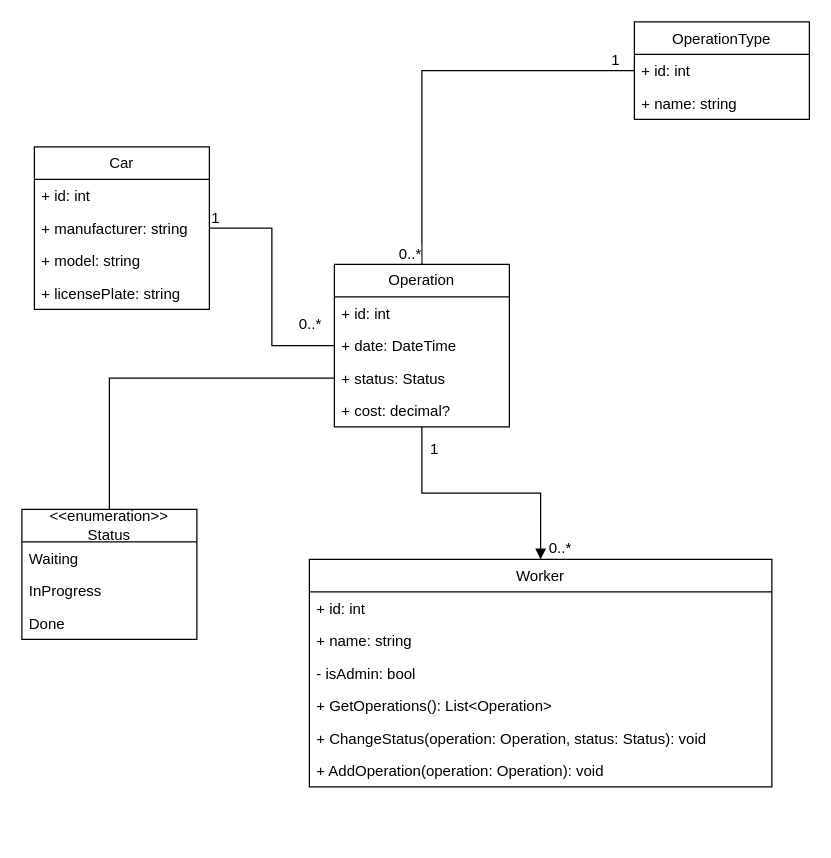
Above: CarParkOperation.drawio.xml in EdRemets/Programmeerimine2 (draw.io), before the change. Source tidied: cells renumbered, new cells numbered last; positions are measured from the earlier drawing's top-left corner, leaving out a move shared by most shapes. Both pictures are drawn from the tidied source at 125%, with x=0, y=0 at pixel (21, 21).
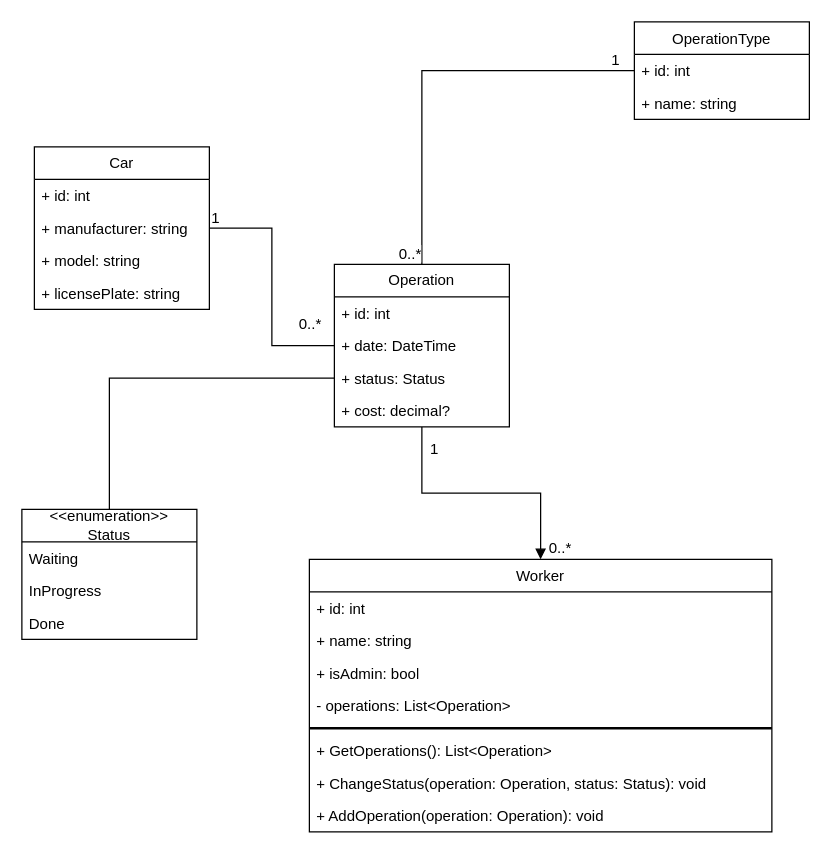
Above is the later version.

What changed in the source:
```diff
@@
     <mxCell id="19" value="Worker" style="swimlane;fontStyle=0;horizontal=1;startSize=26;fillColor=none;whiteSpace=wrap;html=1;align=center;verticalAlign=top;fontFamily=Helvetica;fontSize=12;fontColor=default;" parent="1" vertex="1">
-      <mxGeometry x="230" y="430" width="370" height="182" as="geometry" />
+      <mxGeometry x="230" y="430" width="370" height="218" as="geometry" />
     </mxCell>
@@
-    <mxCell id="22" value="- isAdmin: bool" style="text;strokeColor=none;fillColor=none;align=left;verticalAlign=top;spacingLeft=4;spacingRight=4;overflow=hidden;whiteSpace=wrap;html=1;fontFamily=Helvetica;fontSize=12;fontColor=default;" parent="19" vertex="1">
+    <mxCell id="22" value="+ isAdmin: bool" style="text;strokeColor=none;fillColor=none;align=left;verticalAlign=top;spacingLeft=4;spacingRight=4;overflow=hidden;whiteSpace=wrap;html=1;fontFamily=Helvetica;fontSize=12;fontColor=default;" parent="19" vertex="1">
       <mxGeometry y="78" width="370" height="26" as="geometry" />
     </mxCell>
+    <mxCell id="36" value="- operations: List&amp;lt;Operation&amp;gt;" style="text;strokeColor=none;fillColor=none;align=left;verticalAlign=top;spacingLeft=4;spacingRight=4;overflow=hidden;whiteSpace=wrap;html=1;fontFamily=Helvetica;fontSize=12;fontColor=default;" parent="19" vertex="1">
+      <mxGeometry y="104" width="370" height="26" as="geometry" />
+    </mxCell>
+    <mxCell id="37" style="line;strokeWidth=2;html=1;" parent="19" vertex="1">
+      <mxGeometry y="130" width="370" height="10" as="geometry" />
+    </mxCell>
-    <mxCell id="23" value="+ GetOperations(): List&amp;lt;Operation&amp;gt;&amp;nbsp;" style="text;strokeColor=none;fillColor=none;align=left;verticalAlign=top;spacingLeft=4;spacingRight=4;overflow=hidden;whiteSpace=wrap;html=1;fontFamily=Helvetica;fontSize=12;fontColor=default;" parent="19" vertex="1">
-      <mxGeometry y="104" width="370" height="26" as="geometry" />
+    <mxCell id="23" value="+ GetOperations(): List&amp;lt;Operation&amp;gt;&amp;nbsp;" style="text;strokeColor=none;fillColor=none;align=left;verticalAlign=top;spacingLeft=4;spacingRight=4;overflow=hidden;whiteSpace=wrap;html=1;fontFamily=Helvetica;fontSize=12;fontColor=default;perimeterSpacing=0;strokeWidth=1;" parent="19" vertex="1">
+      <mxGeometry y="140" width="370" height="26" as="geometry" />
     </mxCell>
     <mxCell id="24" value="+ ChangeStatus(operation: Operation, status: Status): void&amp;nbsp;" style="text;strokeColor=none;fillColor=none;align=left;verticalAlign=top;spacingLeft=4;spacingRight=4;overflow=hidden;whiteSpace=wrap;html=1;fontFamily=Helvetica;fontSize=12;fontColor=default;" parent="19" vertex="1">
-      <mxGeometry y="130" width="370" height="26" as="geometry" />
+      <mxGeometry y="166" width="370" height="26" as="geometry" />
     </mxCell>
     <mxCell id="25" value="+ AddOperation(operation: Operation): void&amp;nbsp;" style="text;strokeColor=none;fillColor=none;align=left;verticalAlign=top;spacingLeft=4;spacingRight=4;overflow=hidden;whiteSpace=wrap;html=1;fontFamily=Helvetica;fontSize=12;fontColor=default;" parent="19" vertex="1">
-      <mxGeometry y="156" width="370" height="26" as="geometry" />
+      <mxGeometry y="192" width="370" height="26" as="geometry" />
     </mxCell>
```
